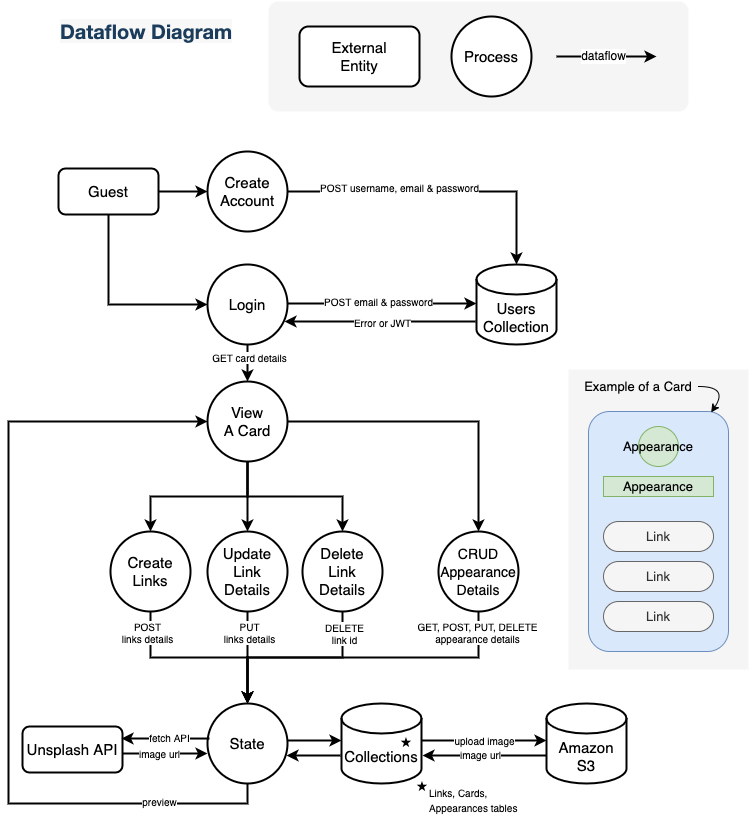
Before: docs/T3A2-DFD.png, a diagram exported from draw.io (teamilink/iLinkDocs). Source tidied: cells renumbered, new cells last; positions are measured from the earlier drawing's top-left corner, leaving out a move shared by most shapes.
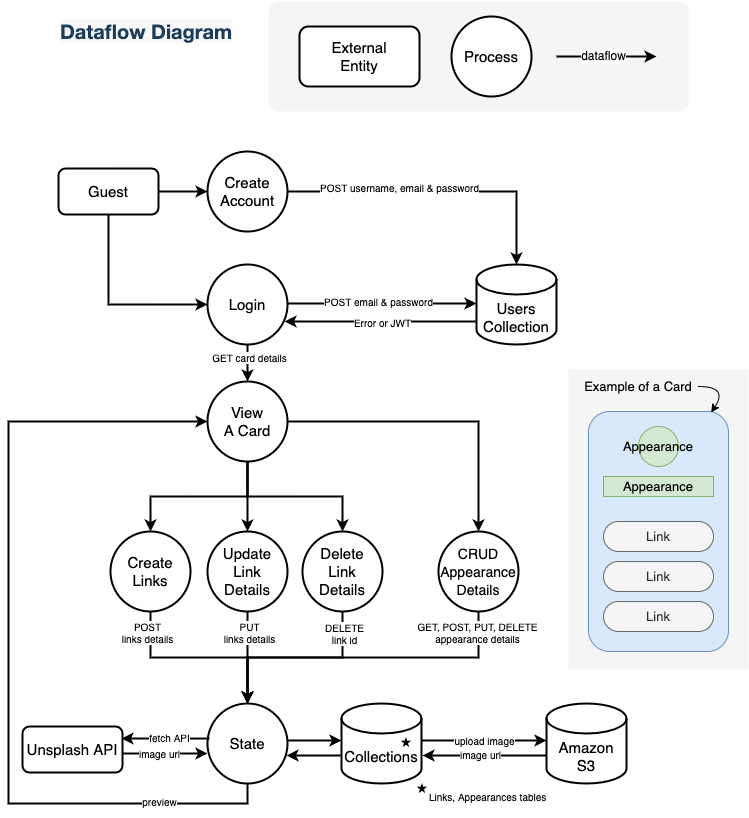
The same file after the commit.

Commit message:
updates dfd - removes card collection in the description

What changed in the source:
```diff
@@ -209,13 +209,13 @@
       </mxGeometry>
     </mxCell>
     <mxCell id="52" style="group;fontSize=10;" parent="1" vertex="1">
-      <mxGeometry x="399" y="776" width="124" height="38" as="geometry" />
+      <mxGeometry x="399" y="778" width="150" height="38" as="geometry" />
     </mxCell>
     <mxCell id="53" value="★" style="text;html=1;strokeColor=none;fillColor=none;align=center;verticalAlign=middle;whiteSpace=wrap;rounded=0;fontSize=12;fontColor=#000000;" parent="52" vertex="1">
       <mxGeometry width="30" height="19" as="geometry" />
     </mxCell>
-    <mxCell id="54" value="&lt;font style=&quot;font-size: 10px;&quot;&gt;Links, Cards, Appearances tables&lt;/font&gt;" style="text;html=1;strokeColor=none;fillColor=none;align=left;verticalAlign=middle;whiteSpace=wrap;rounded=0;fontSize=12;fontColor=#000000;" parent="52" vertex="1">
-      <mxGeometry x="20" y="8" width="110" height="30" as="geometry" />
+    <mxCell id="54" value="&lt;font style=&quot;font-size: 10px;&quot;&gt;Links, Appearances tables&lt;/font&gt;" style="text;html=1;strokeColor=none;fillColor=none;align=left;verticalAlign=middle;whiteSpace=wrap;rounded=0;fontSize=12;fontColor=#000000;" parent="52" vertex="1">
+      <mxGeometry x="20" y="3" width="130" height="30" as="geometry" />
     </mxCell>
     <mxCell id="55" value="★" style="text;html=1;strokeColor=none;fillColor=none;align=center;verticalAlign=middle;whiteSpace=wrap;rounded=0;fontSize=12;fontColor=#000000;" parent="1" vertex="1">
       <mxGeometry x="383" y="732.5" width="30" height="19" as="geometry" />
```
